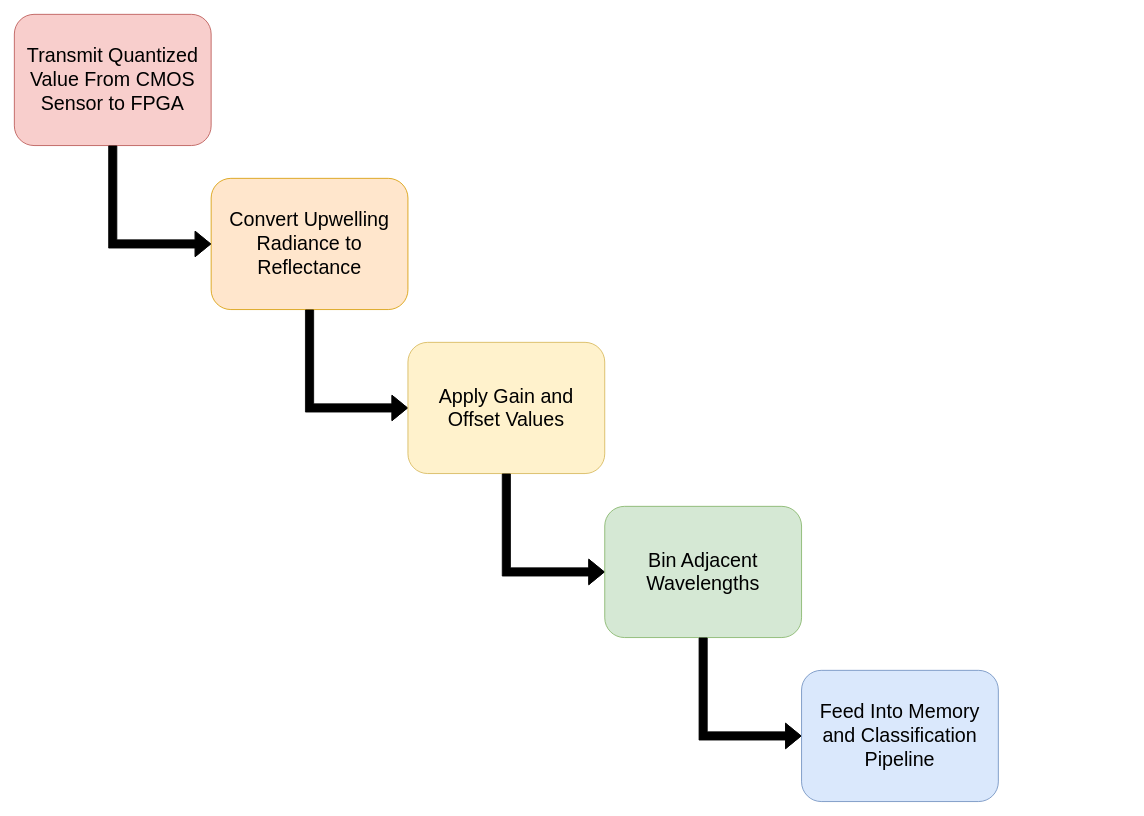
Earlier version of the draw.io diagram processingPipeline.drawio (snider-lab-msu/figures). Source tidied: cells renumbered, new cells numbered last; positions are measured from the earlier drawing's top-left corner, leaving out a move shared by most shapes. Both pictures are drawn from the tidied source at 82%, with x=0, y=0 at pixel (14, 14).
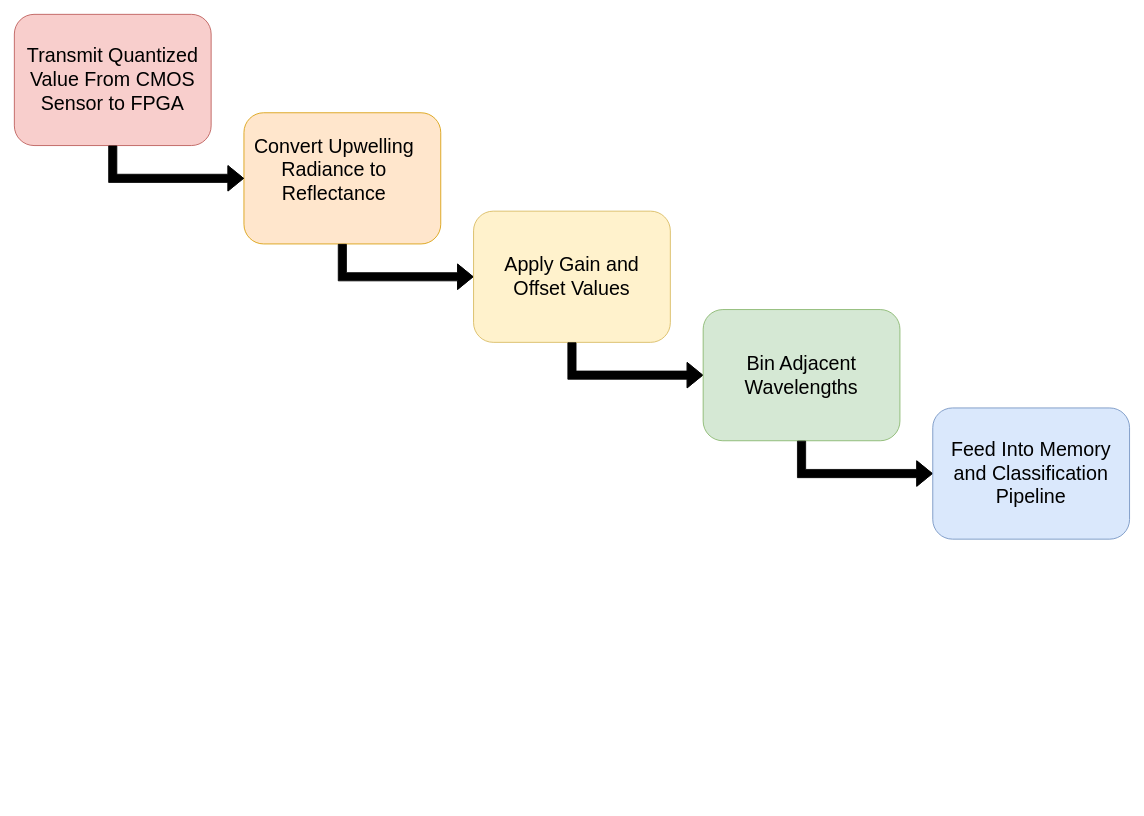
After the change.

Commit message:
made processing pipeline wider

The edit, as a diff of the source:
```diff
@@
     <mxCell id="2" style="rounded=1;whiteSpace=wrap;html=1;fillColor=#ffe6cc;strokeColor=#d79b00;" parent="1" vertex="1">
-      <mxGeometry x="240" y="200" width="240" height="160" as="geometry" />
+      <mxGeometry x="280" y="120" width="240" height="160" as="geometry" />
     </mxCell>
-    <mxCell id="3" style="shape=flexArrow;endArrow=classic;html=1;rounded=0;fillColor=#000000;entryX=0;entryY=0.5;entryDx=0;entryDy=0;" parent="1" edge="1" target="5">
+    <mxCell id="3" style="shape=flexArrow;endArrow=classic;html=1;rounded=0;fillColor=#000000;entryX=0;entryY=0.5;entryDx=0;entryDy=0;exitX=0.5;exitY=1;exitDx=0;exitDy=0;" parent="1" edge="1" source="2" target="5">
       <mxGeometry relative="1" as="geometry">
-        <mxPoint x="360" y="360" as="sourcePoint" />
         <Array as="points">
-          <mxPoint x="360" y="480" />
+          <mxPoint x="400" y="320" />
         </Array>
       </mxGeometry>
     </mxCell>
     <mxCell id="4" value="Convert Upwelling Radiance to Reflectance" style="text;html=1;align=center;verticalAlign=middle;whiteSpace=wrap;rounded=0;fontSize=24;" parent="1" vertex="1">
-      <mxGeometry x="250" y="210" width="220" height="140" as="geometry" />
+      <mxGeometry x="280" y="120" width="220" height="140" as="geometry" />
     </mxCell>
     <mxCell id="5" style="rounded=1;whiteSpace=wrap;html=1;fillColor=#fff2cc;strokeColor=#d6b656;" parent="1" vertex="1">
-      <mxGeometry x="480" y="400" width="240" height="160" as="geometry" />
+      <mxGeometry x="560" y="240" width="240" height="160" as="geometry" />
     </mxCell>
     <mxCell id="6" style="shape=flexArrow;endArrow=classic;html=1;rounded=0;fillColor=#000000;entryX=0;entryY=0.5;entryDx=0;entryDy=0;exitX=0.5;exitY=1;exitDx=0;exitDy=0;" parent="1" edge="1" source="5" target="8">
       <mxGeometry relative="1" as="geometry">
         <Array as="points">
-          <mxPoint x="600" y="680" />
+          <mxPoint x="680" y="440" />
         </Array>
       </mxGeometry>
     </mxCell>
     <mxCell id="7" value="Apply Gain and Offset Values" style="text;html=1;align=center;verticalAlign=middle;whiteSpace=wrap;rounded=0;fontSize=24;" parent="1" vertex="1">
-      <mxGeometry x="490" y="410" width="220" height="140" as="geometry" />
+      <mxGeometry x="570" y="250" width="220" height="140" as="geometry" />
     </mxCell>
     <mxCell id="8" style="rounded=1;whiteSpace=wrap;html=1;fillColor=#d5e8d4;strokeColor=#82b366;" parent="1" vertex="1">
-      <mxGeometry x="720" y="600" width="240" height="160" as="geometry" />
+      <mxGeometry x="840" y="360" width="240" height="160" as="geometry" />
     </mxCell>
     <mxCell id="9" style="shape=flexArrow;endArrow=classic;html=1;rounded=0;fillColor=#000000;entryX=0;entryY=0.5;entryDx=0;entryDy=0;exitX=0.5;exitY=1;exitDx=0;exitDy=0;" parent="1" edge="1" source="8" target="11">
       <mxGeometry relative="1" as="geometry">
         <Array as="points">
-          <mxPoint x="840" y="880" />
+          <mxPoint x="960" y="560" />
         </Array>
       </mxGeometry>
     </mxCell>
     <mxCell id="10" value="Bin Adjacent Wavelengths" style="text;html=1;align=center;verticalAlign=middle;whiteSpace=wrap;rounded=0;fontSize=24;" parent="1" vertex="1">
-      <mxGeometry x="730" y="610" width="220" height="140" as="geometry" />
+      <mxGeometry x="850" y="370" width="220" height="140" as="geometry" />
     </mxCell>
     <mxCell id="11" style="rounded=1;whiteSpace=wrap;html=1;fillColor=#dae8fc;strokeColor=#6c8ebf;" parent="1" vertex="1">
-      <mxGeometry x="960" y="800" width="240" height="160" as="geometry" />
+      <mxGeometry x="1120" y="480" width="240" height="160" as="geometry" />
     </mxCell>
     <mxCell id="12" value="Feed Into Memory and Classification Pipeline" style="text;html=1;align=center;verticalAlign=middle;whiteSpace=wrap;rounded=0;fontSize=24;" parent="1" vertex="1">
-      <mxGeometry x="970" y="810" width="220" height="140" as="geometry" />
+      <mxGeometry x="1130" y="490" width="220" height="140" as="geometry" />
     </mxCell>
@@
     <mxCell id="14" style="shape=flexArrow;endArrow=classic;html=1;rounded=0;fillColor=#000000;entryX=0;entryY=0.5;entryDx=0;entryDy=0;" parent="1" edge="1" target="2">
       <mxGeometry relative="1" as="geometry">
         <mxPoint x="120" y="160" as="sourcePoint" />
         <Array as="points">
-          <mxPoint x="120" y="280" />
+          <mxPoint x="120" y="200" />
         </Array>
       </mxGeometry>
     </mxCell>
```
